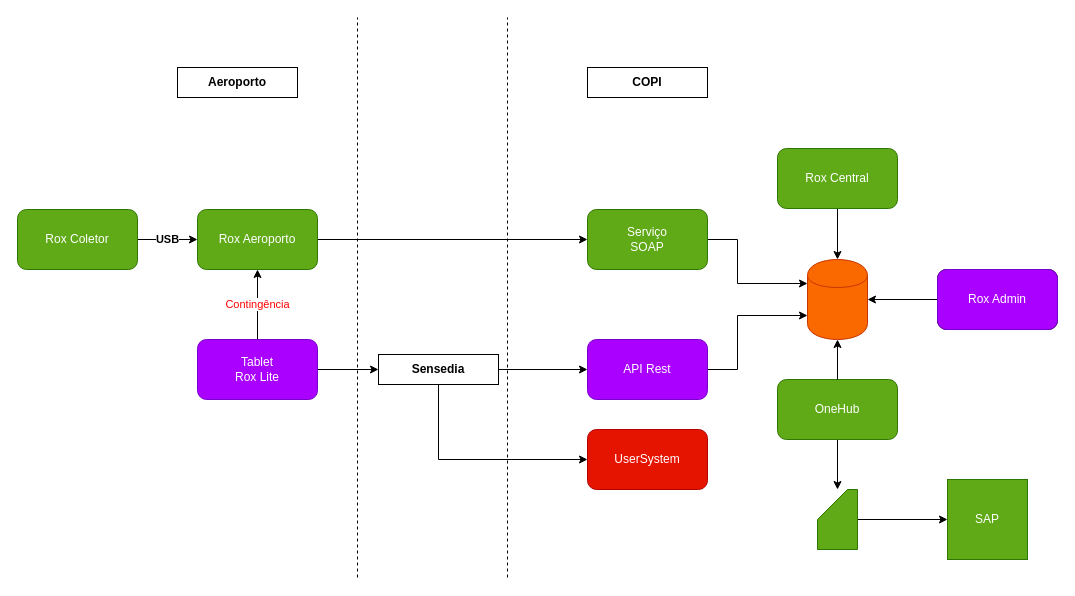
anlugifa/drawio keeps this draw.io diagram as page "COPI" (1 of 2) of ROX.drawio. Above is the earlier version. Source tidied: cells renumbered, new cells numbered last; positions are measured from the earlier drawing's top-left corner, leaving out a move shared by most shapes. Both pictures are drawn from the tidied source at 100%, with x=0, y=0 at pixel (17, 17).
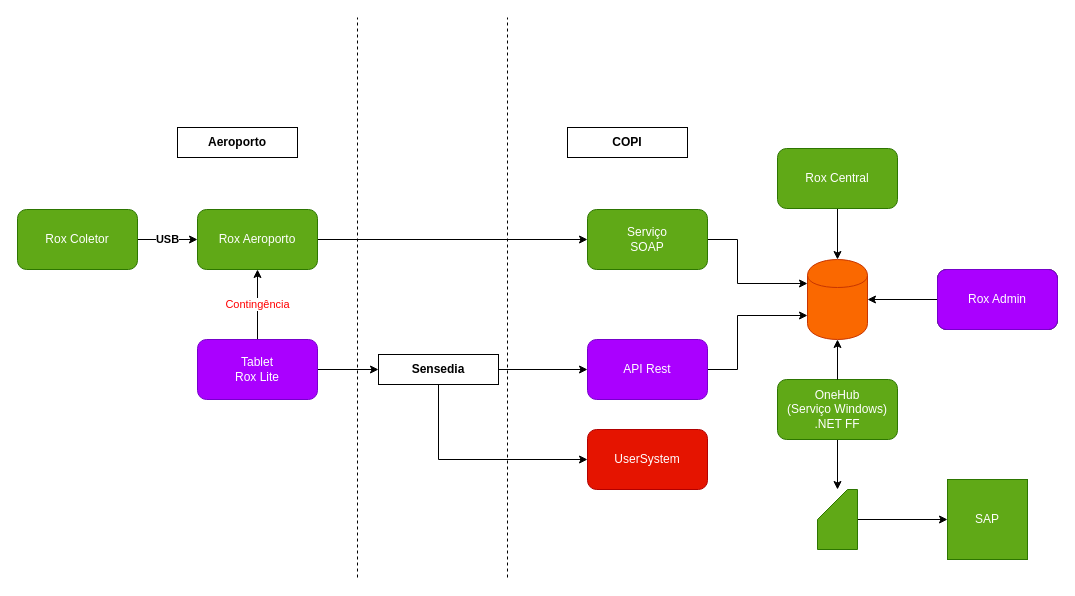
After the change.

The edit, as a diff of the source:
```diff
@@
-    <mxCell id="18" value="OneHub" style="rounded=1;whiteSpace=wrap;html=1;fillColor=#60a917;strokeColor=#2D7600;fontColor=#ffffff;" parent="1" vertex="1">
+    <mxCell id="18" value="OneHub&lt;br&gt;(Serviço Windows)&lt;br&gt;.NET FF" style="rounded=1;whiteSpace=wrap;html=1;fillColor=#60a917;strokeColor=#2D7600;fontColor=#ffffff;" parent="1" vertex="1">
       <mxGeometry x="760" y="362" width="120" height="60" as="geometry" />
     </mxCell>
@@
     <mxCell id="24" value="COPI" style="rounded=0;whiteSpace=wrap;html=1;fontStyle=1;" parent="1" vertex="1">
-      <mxGeometry x="570" y="50" width="120" height="30" as="geometry" />
+      <mxGeometry x="550" y="110" width="120" height="30" as="geometry" />
     </mxCell>
     <mxCell id="25" value="Aeroporto" style="rounded=0;whiteSpace=wrap;html=1;fontStyle=1;" parent="1" vertex="1">
-      <mxGeometry x="160" y="50" width="120" height="30" as="geometry" />
+      <mxGeometry x="160" y="110" width="120" height="30" as="geometry" />
     </mxCell>
```
